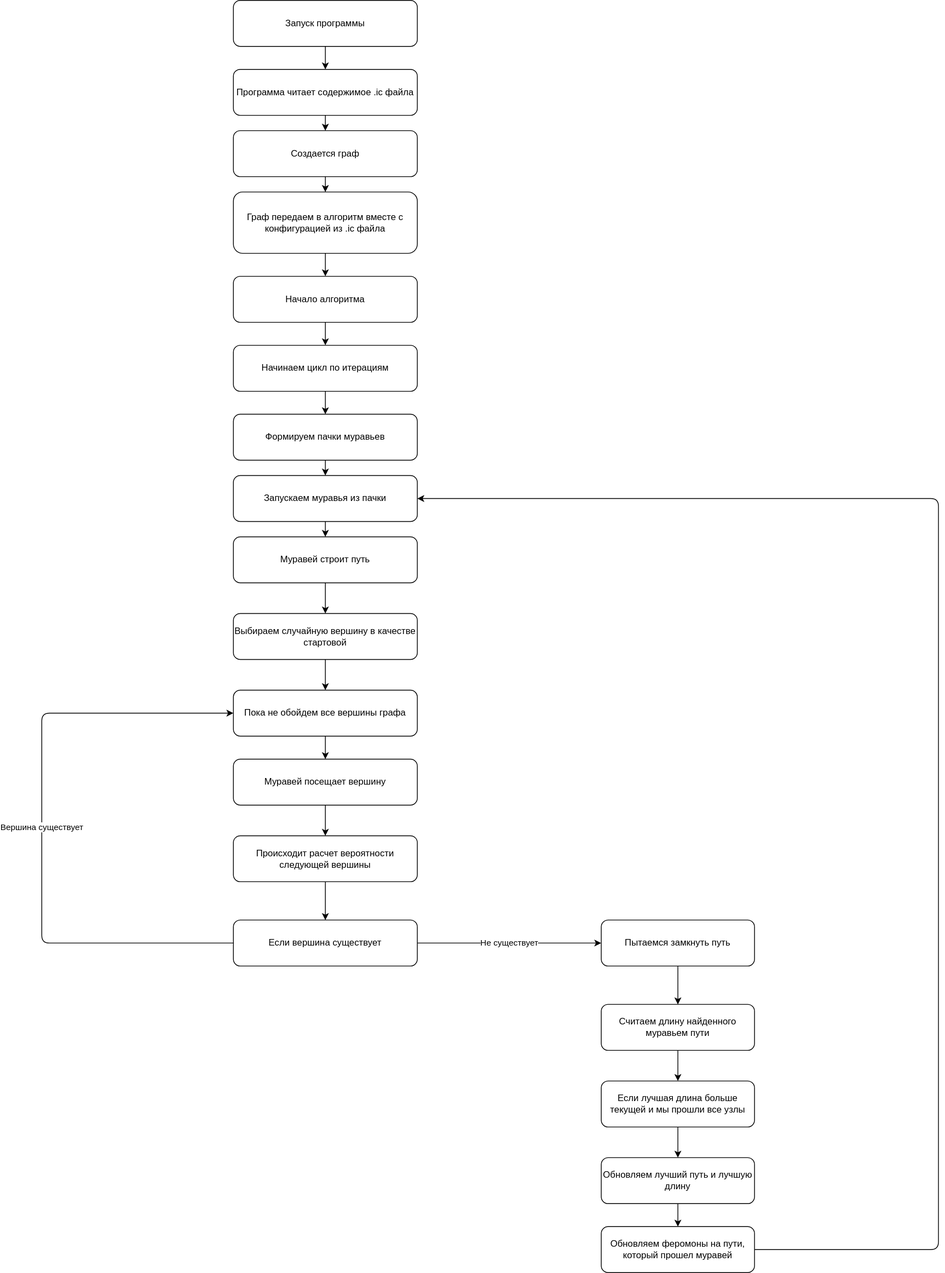
Above: ant-algorithm.svg in groknut/ant-colony (draw.io), before the change. Source tidied: cells renumbered, new cells last; positions are measured from the earlier drawing's top-left corner, leaving out a move shared by most shapes.
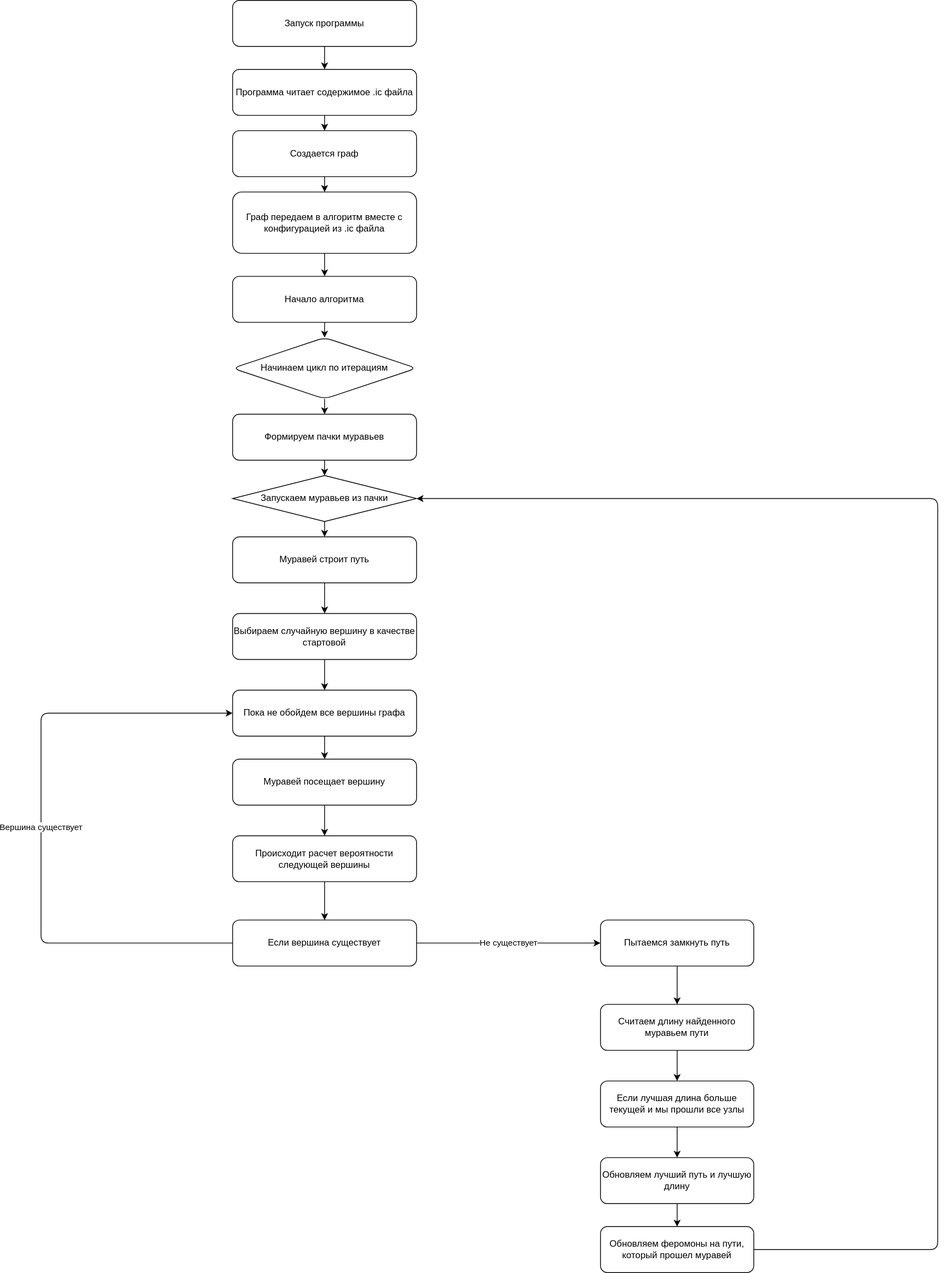
Later version of the same file.

The edit, as a diff of the source:
```diff
@@ -32,24 +32,14 @@
     <mxCell id="11" value="Начало алгоритма" style="whiteSpace=wrap;html=1;rounded=1;" parent="1" vertex="1">
       <mxGeometry x="250" y="360" width="240" height="60" as="geometry" />
     </mxCell>
-    <mxCell id="12" style="edgeStyle=none;html=1;" parent="1" edge="1" source="13" target="15">
-      <mxGeometry relative="1" as="geometry" />
-    </mxCell>
-    <mxCell id="13" value="Начинаем цикл по итерациям" style="whiteSpace=wrap;html=1;rounded=1;" parent="1" vertex="1">
-      <mxGeometry x="250" y="450" width="240" height="60" as="geometry" />
-    </mxCell>
-    <mxCell id="14" style="edgeStyle=none;html=1;" parent="1" edge="1" source="15" target="17">
-      <mxGeometry relative="1" as="geometry" />
-    </mxCell>
     <mxCell id="15" value="Формируем пачки муравьев" style="whiteSpace=wrap;html=1;rounded=1;" parent="1" vertex="1">
       <mxGeometry x="250" y="540" width="240" height="60" as="geometry" />
     </mxCell>
-    <mxCell id="16" style="edgeStyle=none;html=1;" parent="1" edge="1" source="17" target="19">
-      <mxGeometry relative="1" as="geometry" />
+    <mxCell id="16" style="edgeStyle=none;html=1;" parent="1" edge="1" target="19">
+      <mxGeometry relative="1" as="geometry">
+        <mxPoint x="370" y="680" as="sourcePoint" />
+      </mxGeometry>
     </mxCell>
-    <mxCell id="17" value="Запускаем муравья из пачки" style="whiteSpace=wrap;html=1;rounded=1;" parent="1" vertex="1">
-      <mxGeometry x="250" y="620" width="240" height="60" as="geometry" />
-    </mxCell>
     <mxCell id="18" style="edgeStyle=none;html=1;" parent="1" edge="1" source="19" target="21">
       <mxGeometry relative="1" as="geometry" />
     </mxCell>
@@ -118,7 +108,7 @@
     <mxCell id="38" value="Обновляем лучший путь и лучшую длину" style="whiteSpace=wrap;html=1;rounded=1;" parent="1" vertex="1">
       <mxGeometry x="730" y="1510" width="200" height="60" as="geometry" />
     </mxCell>
-    <mxCell id="39" style="edgeStyle=none;html=1;entryX=1;entryY=0.5;entryDx=0;entryDy=0;" parent="1" edge="1" source="40" target="17">
+    <mxCell id="39" style="edgeStyle=none;html=1;entryX=1;entryY=0.5;entryDx=0;entryDy=0;" parent="1" edge="1" source="40" target="41">
       <mxGeometry relative="1" as="geometry">
         <Array as="points">
           <mxPoint x="1170" y="1630" />
@@ -131,5 +121,17 @@
     <mxCell id="40" value="Обновляем феромоны на пути, который прошел муравей" style="whiteSpace=wrap;html=1;rounded=1;" parent="1" vertex="1">
       <mxGeometry x="730" y="1600" width="200" height="60" as="geometry" />
     </mxCell>
+    <mxCell id="12" style="edgeStyle=none;html=1;entryX=0.5;entryY=0;entryDx=0;entryDy=0;" parent="1" edge="1" source="13" target="15">
+      <mxGeometry relative="1" as="geometry" />
+    </mxCell>
+    <mxCell id="13" value="Начинаем цикл по итерациям" style="rhombus;whiteSpace=wrap;html=1;rounded=1;" parent="1" vertex="1">
+      <mxGeometry x="250" y="440" width="240" height="80" as="geometry" />
+    </mxCell>
+    <mxCell id="41" value="Запускаем муравьев из пачки" style="rhombus;whiteSpace=wrap;html=1;" parent="1" vertex="1">
+      <mxGeometry x="250" y="620" width="240" height="60" as="geometry" />
+    </mxCell>
+    <mxCell id="42" style="endArrow=classic;html=1;exitX=0.5;exitY=1;exitDx=0;exitDy=0;entryX=0.5;entryY=0;entryDx=0;entryDy=0;" parent="1" edge="1" source="15" target="41">
+      <mxGeometry relative="1" as="geometry" />
+    </mxCell>
   </root>
 </mxGraphModel>
```
